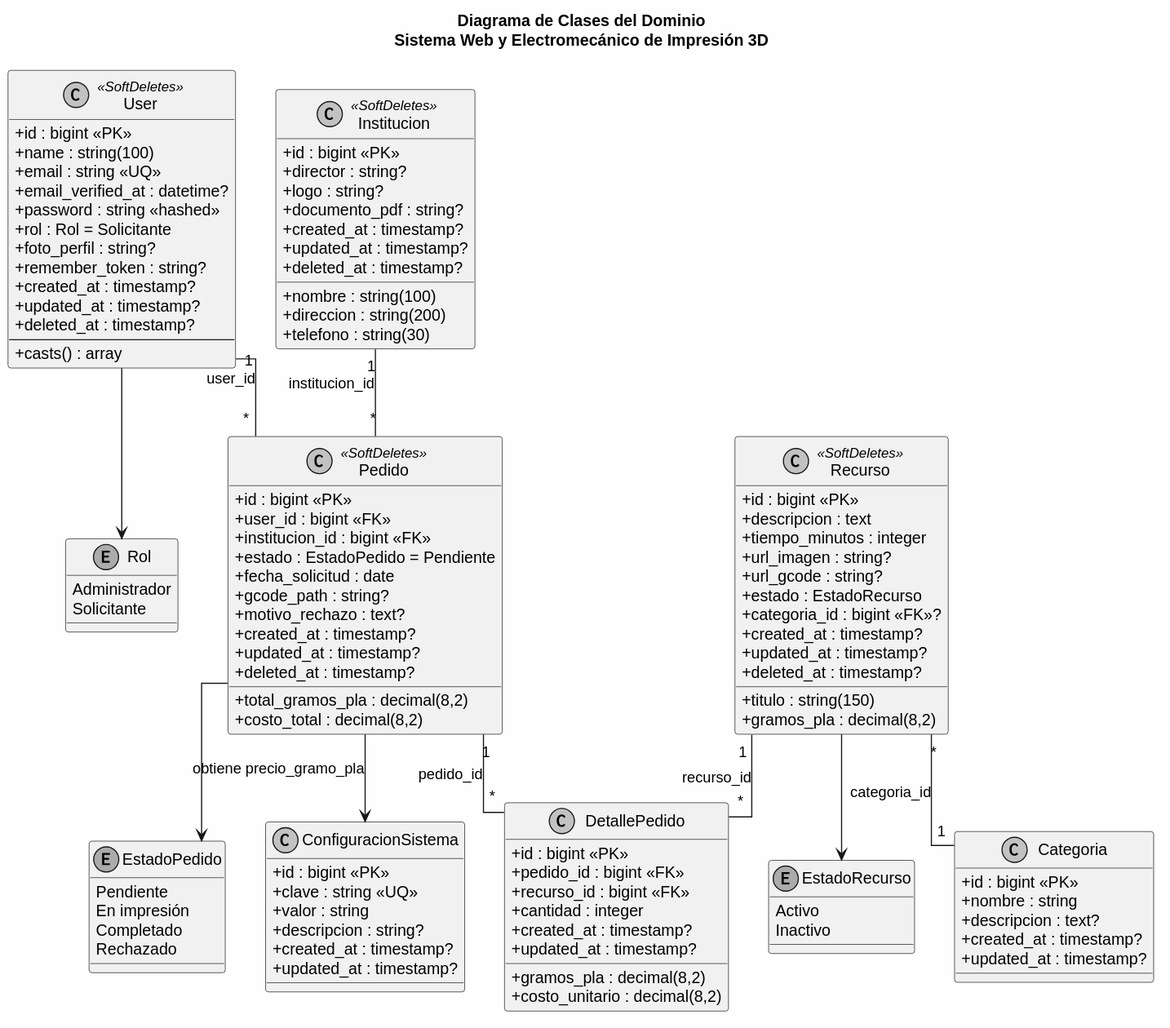
ArlTechDev/sistema-3d-inclusivo keeps this PlantUML diagram as docs/diagramas/imagenes/modelo_dominio/UML_Diagrama_de_Clases.svg. Above is the earlier version. Its diagram source:
```plantuml
@startuml
skinparam monochrome true
title Diagrama de Clases del Dominio\nSistema Web y Electromecánico de Impresión 3D

skinparam classAttributeIconSize 0
skinparam linetype ortho
skinparam backgroundColor #FEFEFE
skinparam shadowing false

enum Rol {
    Administrador
    Solicitante
}

enum EstadoRecurso {
    Activo
    Inactivo
}

enum EstadoPedido {
    Pendiente
    En impresión
    Completado
    Rechazado
}

class User <<SoftDeletes>> {
    +id : bigint <<PK>>
    +name : string(100)
    +email : string <<UQ>>
    +email_verified_at : datetime?
    +password : string <<hashed>>
    +rol : Rol = Solicitante
    +foto_perfil : string?
    +remember_token : string?
    +created_at : timestamp?
    +updated_at : timestamp?
    +deleted_at : timestamp?
    --
    +casts() : array
}

class Institucion <<SoftDeletes>> {
    +id : bigint <<PK>>
    +nombre : string(100)
    +direccion : string(200)
    +telefono : string(30)
    +director : string?
    +logo : string?
    +documento_pdf : string?
    +created_at : timestamp?
    +updated_at : timestamp?
    +deleted_at : timestamp?
}

class Recurso <<SoftDeletes>> {
    +id : bigint <<PK>>
    +titulo : string(150)
    +descripcion : text
    +gramos_pla : decimal(8,2)
    +tiempo_minutos : integer
    +url_imagen : string?
    +url_gcode : string?
    +estado : EstadoRecurso
    +categoria_id : bigint <<FK>>?
    +created_at : timestamp?
    +updated_at : timestamp?
    +deleted_at : timestamp?
}

class Categoria {
    +id : bigint <<PK>>
    +nombre : string
    +descripcion : text?
    +created_at : timestamp?
    +updated_at : timestamp?
}

class Pedido <<SoftDeletes>> {
    +id : bigint <<PK>>
    +user_id : bigint <<FK>>
    +institucion_id : bigint <<FK>>
    +estado : EstadoPedido = Pendiente
    +fecha_solicitud : date
    +total_gramos_pla : decimal(8,2)
    +costo_total : decimal(8,2)
    +gcode_path : string?
    +motivo_rechazo : text?
    +created_at : timestamp?
    +updated_at : timestamp?
    +deleted_at : timestamp?
}

class DetallePedido {
    +id : bigint <<PK>>
    +pedido_id : bigint <<FK>>
    +recurso_id : bigint <<FK>>
    +cantidad : integer
    +gramos_pla : decimal(8,2)
    +costo_unitario : decimal(8,2)
    +created_at : timestamp?
    +updated_at : timestamp?
}

class ConfiguracionSistema {
    +id : bigint <<PK>>
    +clave : string <<UQ>>
    +valor : string
    +descripcion : string?
    +created_at : timestamp?
    +updated_at : timestamp?
}

User "1" -- "*" Pedido : user_id
Institucion "1" -- "*" Pedido : institucion_id
Pedido "1" -- "*" DetallePedido : pedido_id
Recurso "1" -- "*" DetallePedido : recurso_id
Recurso "*" -- "1" Categoria : categoria_id

User --> Rol
Recurso --> EstadoRecurso
Pedido --> EstadoPedido
Pedido --> ConfiguracionSistema : obtiene precio_gramo_pla
@enduml
```
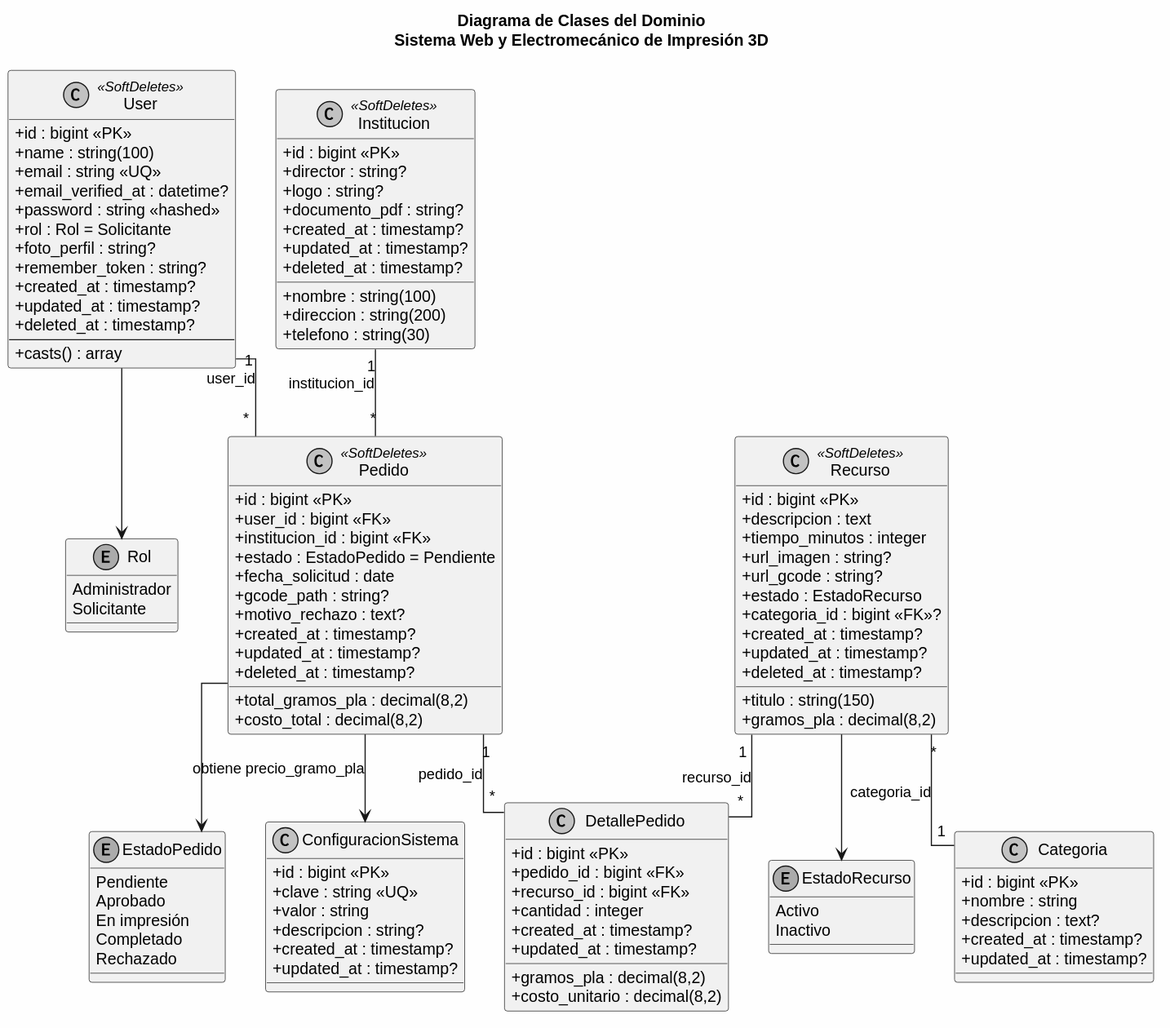
After the change.

Change to the diagram source:
```diff
@@ -19,6 +19,7 @@
 
 enum EstadoPedido {
     Pendiente
+    Aprobado
     En impresión
     Completado
     Rechazado
```
